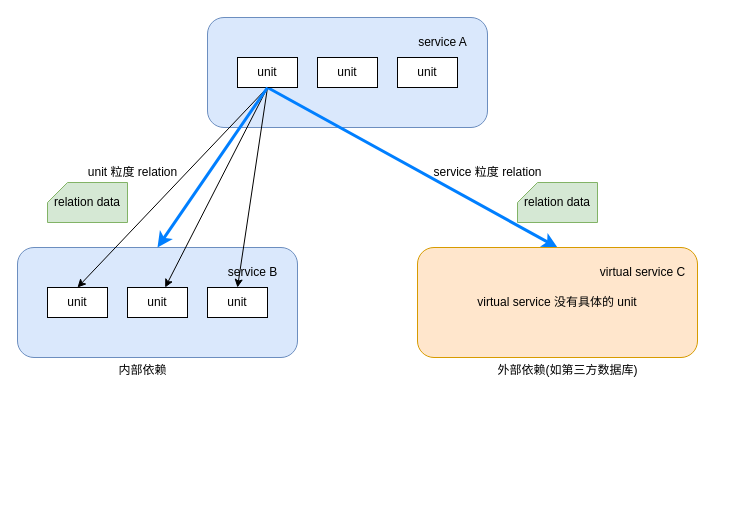
This is drawio/yiqiu/yiqiu_relation.drawio from meetbill/meetbill_static, a draw.io file, before an edit. Source tidied: cells renumbered, new cells numbered last; positions are measured from the earlier drawing's top-left corner, leaving out a move shared by most shapes. Both pictures are drawn from the tidied source at 100%, with x=0, y=0 at pixel (17, 17).
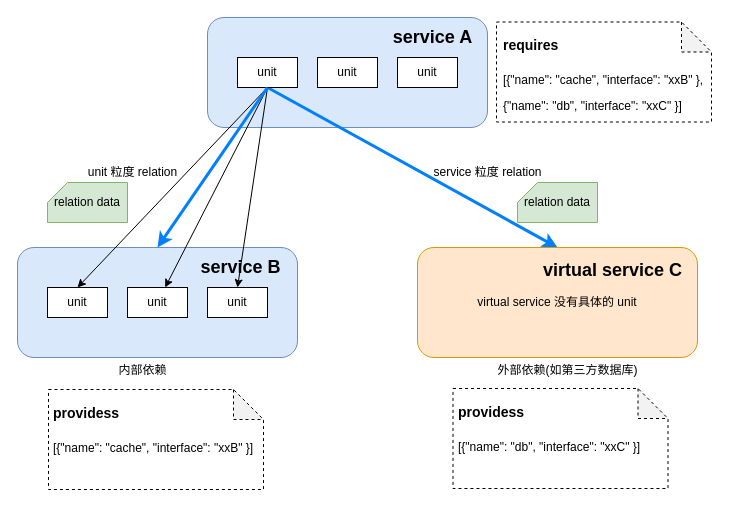
The same diagram, later.

Diff of the diagram source:
```diff
@@
+    <mxCell id="27" style="shape=note;whiteSpace=wrap;html=1;backgroundOutline=1;darkOpacity=0.05;dashed=1;" parent="1" vertex="1">
+      <mxGeometry x="31" y="372" width="215" height="100" as="geometry" />
+    </mxCell>
@@
-    <mxCell id="7" value="service A" style="text;html=1;align=center;verticalAlign=middle;strokeColor=none;fillColor=none;" parent="1" vertex="1">
-      <mxGeometry x="390" y="10" width="70" height="30" as="geometry" />
+    <mxCell id="7" value="service A" style="text;html=1;align=center;verticalAlign=middle;strokeColor=none;fillColor=none;fontSize=18;fontStyle=1;" parent="1" vertex="1">
+      <mxGeometry x="369" y="3" width="91" height="34" as="geometry" />
     </mxCell>
@@
-    <mxCell id="12" value="service B" style="text;html=1;align=center;verticalAlign=middle;strokeColor=none;fillColor=none;" parent="1" vertex="1">
-      <mxGeometry x="200" y="240" width="70" height="30" as="geometry" />
+    <mxCell id="12" value="service B" style="text;html=1;align=center;verticalAlign=middle;strokeColor=none;fillColor=none;fontSize=18;fontStyle=1;" parent="1" vertex="1">
+      <mxGeometry x="177" y="233" width="92" height="34" as="geometry" />
     </mxCell>
@@
-    <mxCell id="15" value="virtual service C" style="text;html=1;align=center;verticalAlign=middle;strokeColor=none;fillColor=none;" parent="1" vertex="1">
-      <mxGeometry x="570" y="240" width="110" height="30" as="geometry" />
+    <mxCell id="15" value="virtual service C" style="text;html=1;align=center;verticalAlign=middle;strokeColor=none;fillColor=none;fontSize=18;fontStyle=1;" parent="1" vertex="1">
+      <mxGeometry x="522" y="236" width="146" height="34" as="geometry" />
     </mxCell>
@@
+    <mxCell id="28" style="shape=note;whiteSpace=wrap;html=1;backgroundOutline=1;darkOpacity=0.05;dashed=1;" parent="1" vertex="1">
+      <mxGeometry x="479" y="4.5" width="215" height="100" as="geometry" />
+    </mxCell>
+    <mxCell id="29" value="&lt;h1 style=&quot;margin-top: 0px;&quot;&gt;&lt;font style=&quot;font-size: 14px;&quot;&gt;requires&lt;/font&gt;&lt;/h1&gt;&lt;p&gt;[&lt;span style=&quot;background-color: transparent; color: light-dark(rgb(0, 0, 0), rgb(255, 255, 255));&quot;&gt;{&quot;name&quot;: &quot;cache&quot;, &quot;interface&quot;: &quot;xxB&quot; },&lt;/span&gt;&lt;/p&gt;&lt;p&gt;{&quot;name&quot;: &quot;db&quot;, &quot;interface&quot;: &quot;xxC&quot; }&lt;span style=&quot;background-color: transparent; color: light-dark(rgb(0, 0, 0), rgb(255, 255, 255));&quot;&gt;]&lt;/span&gt;&lt;/p&gt;" style="text;html=1;whiteSpace=wrap;overflow=hidden;rounded=0;" parent="1" vertex="1">
+      <mxGeometry x="484" y="4" width="212" height="101" as="geometry" />
+    </mxCell>
+    <mxCell id="30" value="&lt;h1 style=&quot;margin-top: 0px;&quot;&gt;&lt;font style=&quot;font-size: 14px;&quot;&gt;providess&lt;/font&gt;&lt;/h1&gt;&lt;p&gt;[&lt;span style=&quot;background-color: transparent; color: light-dark(rgb(0, 0, 0), rgb(255, 255, 255));&quot;&gt;{&quot;name&quot;: &quot;cache&quot;, &quot;interface&quot;: &quot;xxB&quot; }&lt;/span&gt;&lt;span style=&quot;background-color: transparent; color: light-dark(rgb(0, 0, 0), rgb(255, 255, 255));&quot;&gt;]&lt;/span&gt;&lt;/p&gt;" style="text;html=1;whiteSpace=wrap;overflow=hidden;rounded=0;" parent="1" vertex="1">
+      <mxGeometry x="34" y="372" width="212" height="101" as="geometry" />
+    </mxCell>
+    <mxCell id="31" style="shape=note;whiteSpace=wrap;html=1;backgroundOutline=1;darkOpacity=0.05;dashed=1;" parent="1" vertex="1">
+      <mxGeometry x="435.5" y="371" width="215" height="100" as="geometry" />
+    </mxCell>
+    <mxCell id="32" value="&lt;h1 style=&quot;margin-top: 0px;&quot;&gt;&lt;font style=&quot;font-size: 14px;&quot;&gt;providess&lt;/font&gt;&lt;/h1&gt;&lt;p&gt;[&lt;span style=&quot;background-color: transparent; color: light-dark(rgb(0, 0, 0), rgb(255, 255, 255));&quot;&gt;{&quot;name&quot;: &quot;db&quot;, &quot;interface&quot;: &quot;xxC&quot; }&lt;/span&gt;&lt;span style=&quot;background-color: transparent; color: light-dark(rgb(0, 0, 0), rgb(255, 255, 255));&quot;&gt;]&lt;/span&gt;&lt;/p&gt;" style="text;html=1;whiteSpace=wrap;overflow=hidden;rounded=0;" parent="1" vertex="1">
+      <mxGeometry x="438.5" y="371" width="212" height="101" as="geometry" />
+    </mxCell>
```
